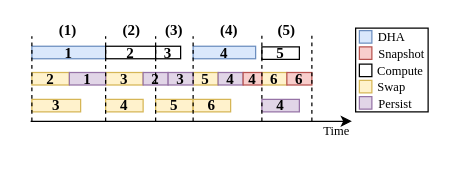
icszhr/NCheck keeps this draw.io diagram as fig/pipeline3.drawio. Above is the earlier version. Source tidied: cells renumbered, new cells numbered last; positions are measured from the earlier drawing's top-left corner, leaving out a move shared by most shapes. Both pictures are drawn from the tidied source at 125%, with x=0, y=0 at pixel (30, 22).
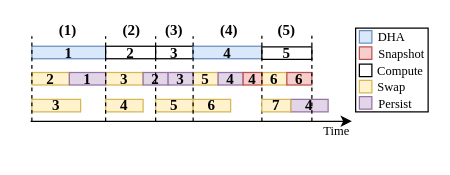
Above is the later version.

Diff of the diagram source:
```diff
@@
     <mxCell id="19" value="3" style="whiteSpace=wrap;fontSize=12;fontFamily=Times New Roman;fontStyle=1;spacing=0;" parent="1" vertex="1">
-      <mxGeometry x="100" y="18.5" width="20" height="10" as="geometry" />
+      <mxGeometry x="100" y="18.5" width="30" height="10" as="geometry" />
     </mxCell>
@@
     <mxCell id="21" value="4" style="whiteSpace=wrap;fillColor=#dae8fc;fontSize=12;fontFamily=Times New Roman;fontStyle=1;strokeColor=#6c8ebf;spacing=0;" parent="1" vertex="1">
-      <mxGeometry x="130" y="18.5" width="50" height="10" as="geometry" />
+      <mxGeometry x="130" y="18.5" width="55" height="10" as="geometry" />
     </mxCell>
@@
     <mxCell id="24" value="5" style="whiteSpace=wrap;fontSize=12;fontFamily=Times New Roman;fontStyle=1;spacing=0;" parent="1" vertex="1">
-      <mxGeometry x="185" y="19" width="30" height="10" as="geometry" />
+      <mxGeometry x="185" y="19" width="40" height="10" as="geometry" />
     </mxCell>
@@
     <mxCell id="37" value="4" style="whiteSpace=wrap;fillColor=#e1d5e7;fontSize=12;fontFamily=Times New Roman;fontStyle=1;strokeColor=#9673a6;spacing=0;" parent="1" vertex="1">
-      <mxGeometry x="185" y="61" width="30" height="10" as="geometry" />
+      <mxGeometry x="208" y="61" width="30" height="10" as="geometry" />
     </mxCell>
@@
+    <mxCell id="46" value="7" style="whiteSpace=wrap;fillColor=#fff2cc;fontSize=12;fontFamily=Times New Roman;fontStyle=1;strokeColor=#d6b656;spacing=0;" parent="1" vertex="1">
+      <mxGeometry x="185" y="61" width="23" height="10" as="geometry" />
+    </mxCell>
```
